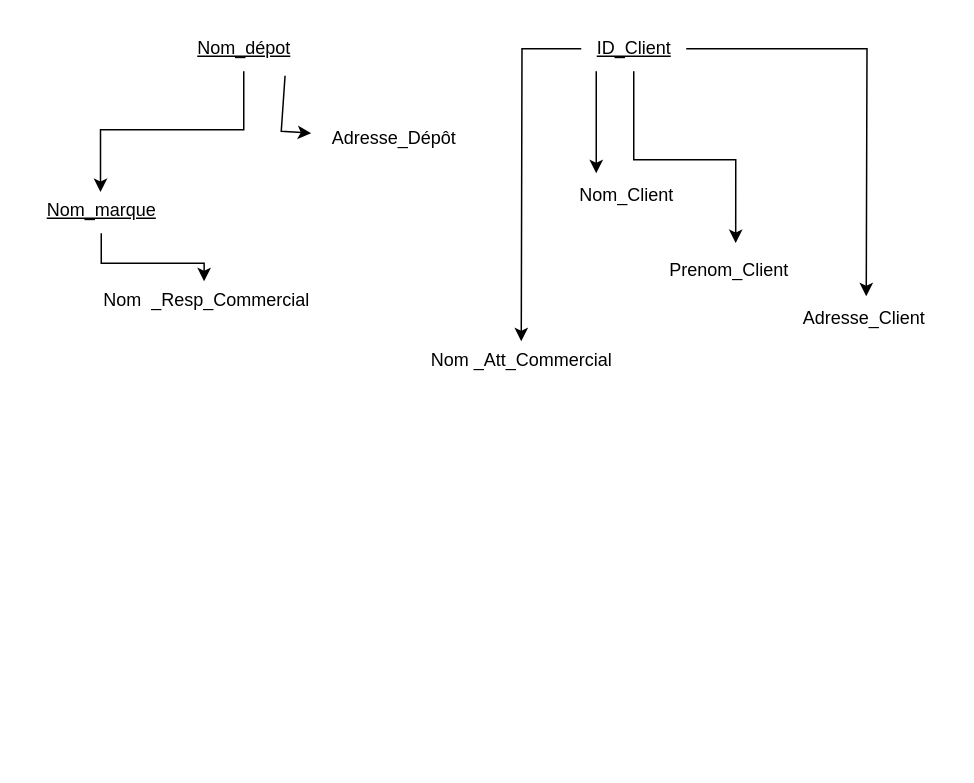
This is Base_Données_TD3_EXO1.drawio from NicolasRbls/Diagramme, a draw.io file, before an edit. Source tidied: cells renumbered, new cells numbered last; positions are measured from the earlier drawing's top-left corner, leaving out a move shared by most shapes. Both pictures are drawn from the tidied source at 150%, with x=0, y=0 at pixel (26, 26).
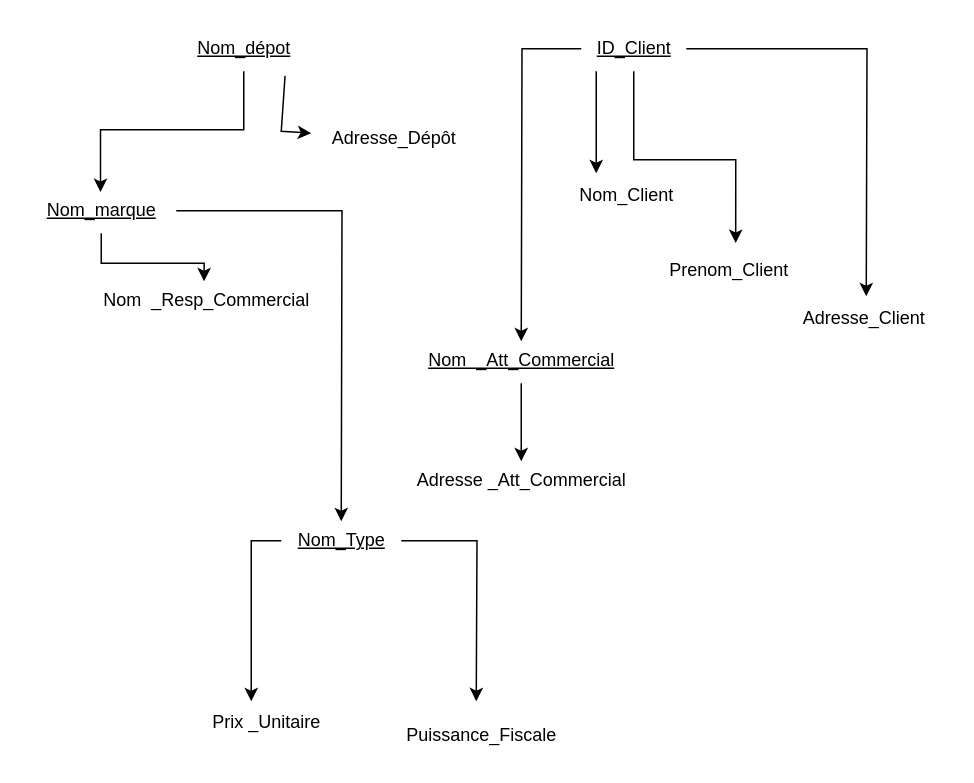
Above is the later version.

Commit message (it also covers changes not shown here):
Mettre à jour Base_Données_TD3_EXO1.drawio

The change refers to these unchanged cells:
```xml
<mxCell id="7" value="&lt;div style=&quot;text-align: left;&quot;&gt;&lt;span style=&quot;background-color: initial;&quot;&gt;&lt;u&gt;Nom_marque&lt;/u&gt;&lt;/span&gt;&lt;/div&gt;" style="text;html=1;align=center;verticalAlign=middle;points=[];strokeColor=none;fillColor=none;" parent="1" vertex="1">
  <mxGeometry y="108" width="100" height="30" as="geometry" />
</mxCell>
```

Change to the diagram source:
```diff
@@
+    <mxCell id="18" style="edgeStyle=orthogonalEdgeStyle;rounded=0;jettySize=auto;html=1;" parent="1" edge="1" source="7">
+      <mxGeometry relative="1" as="geometry">
+        <mxPoint x="210" y="330" as="targetPoint" />
+      </mxGeometry>
+    </mxCell>
@@
+    <mxCell id="19" style="edgeStyle=orthogonalEdgeStyle;rounded=0;jettySize=auto;html=1;" parent="1" edge="1" source="17">
+      <mxGeometry relative="1" as="geometry">
+        <mxPoint x="330" y="290" as="targetPoint" />
+      </mxGeometry>
+    </mxCell>
-    <mxCell id="17" value="Nom&amp;nbsp;_Att_Commercial" style="text;html=1;align=center;verticalAlign=middle;points=[];strokeColor=none;fillColor=none;" parent="1" vertex="1">
-      <mxGeometry x="260" y="208" width="140" height="30" as="geometry" />
+    <mxCell id="17" value="&lt;u&gt;Nom&amp;nbsp; _Att_Commercial&lt;/u&gt;" style="text;html=1;align=center;verticalAlign=middle;points=[];strokeColor=none;fillColor=none;" parent="1" vertex="1">
+      <mxGeometry x="255" y="208" width="150" height="30" as="geometry" />
     </mxCell>
+    <mxCell id="20" value="Adresse&amp;nbsp;_Att_Commercial" style="text;html=1;align=center;verticalAlign=middle;strokeColor=none;fillColor=none;" parent="1" vertex="1">
+      <mxGeometry x="250" y="288" width="160" height="30" as="geometry" />
+    </mxCell>
+    <mxCell id="21" style="edgeStyle=orthogonalEdgeStyle;rounded=0;jettySize=auto;html=1;" parent="1" edge="1" source="23">
+      <mxGeometry relative="1" as="geometry">
+        <mxPoint x="150" y="450" as="targetPoint" />
+      </mxGeometry>
+    </mxCell>
+    <mxCell id="22" style="edgeStyle=orthogonalEdgeStyle;rounded=0;jettySize=auto;html=1;" parent="1" edge="1" source="23">
+      <mxGeometry relative="1" as="geometry">
+        <mxPoint x="300" y="450" as="targetPoint" />
+      </mxGeometry>
+    </mxCell>
+    <mxCell id="23" value="&lt;u&gt;Nom_Type&lt;/u&gt;" style="text;html=1;align=center;verticalAlign=middle;points=[];strokeColor=none;fillColor=none;" parent="1" vertex="1">
+      <mxGeometry x="170" y="328" width="80" height="30" as="geometry" />
+    </mxCell>
+    <mxCell id="24" value="Prix &lt;span style=&quot;color: rgb(255, 255, 255); font-family: &amp;quot;Söhne Mono&amp;quot;, Monaco, &amp;quot;Andale Mono&amp;quot;, &amp;quot;Ubuntu Mono&amp;quot;, monospace; font-size: 14px; text-align: left; background-color: rgb(0, 0, 0);&quot;&gt;&lt;/span&gt;_Unitaire" style="text;html=1;align=center;verticalAlign=middle;strokeColor=none;fillColor=none;" parent="1" vertex="1">
+      <mxGeometry x="110" y="448" width="100" height="30" as="geometry" />
+    </mxCell>
+    <mxCell id="25" value="Puissance_Fiscale&amp;nbsp;" style="text;html=1;align=center;verticalAlign=middle;strokeColor=none;fillColor=none;" parent="1" vertex="1">
+      <mxGeometry x="240" y="458" width="130" height="30" as="geometry" />
+    </mxCell>
```
